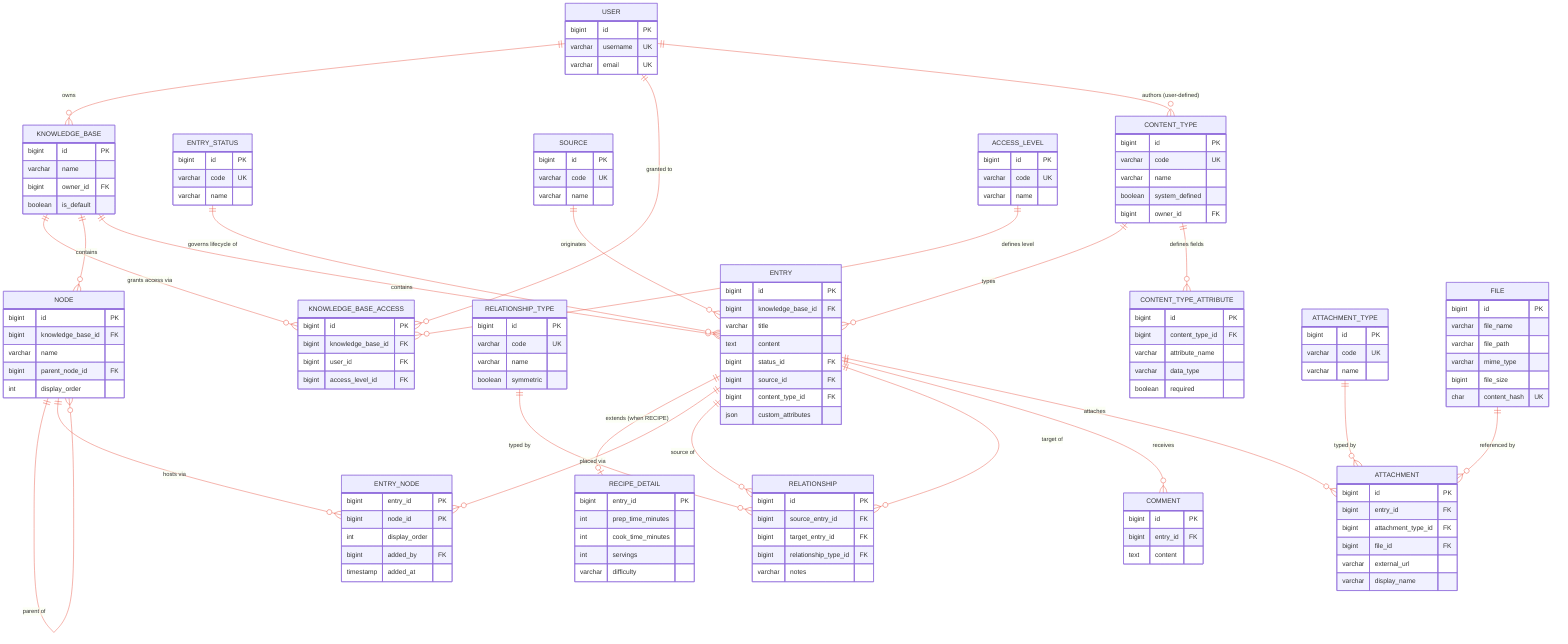
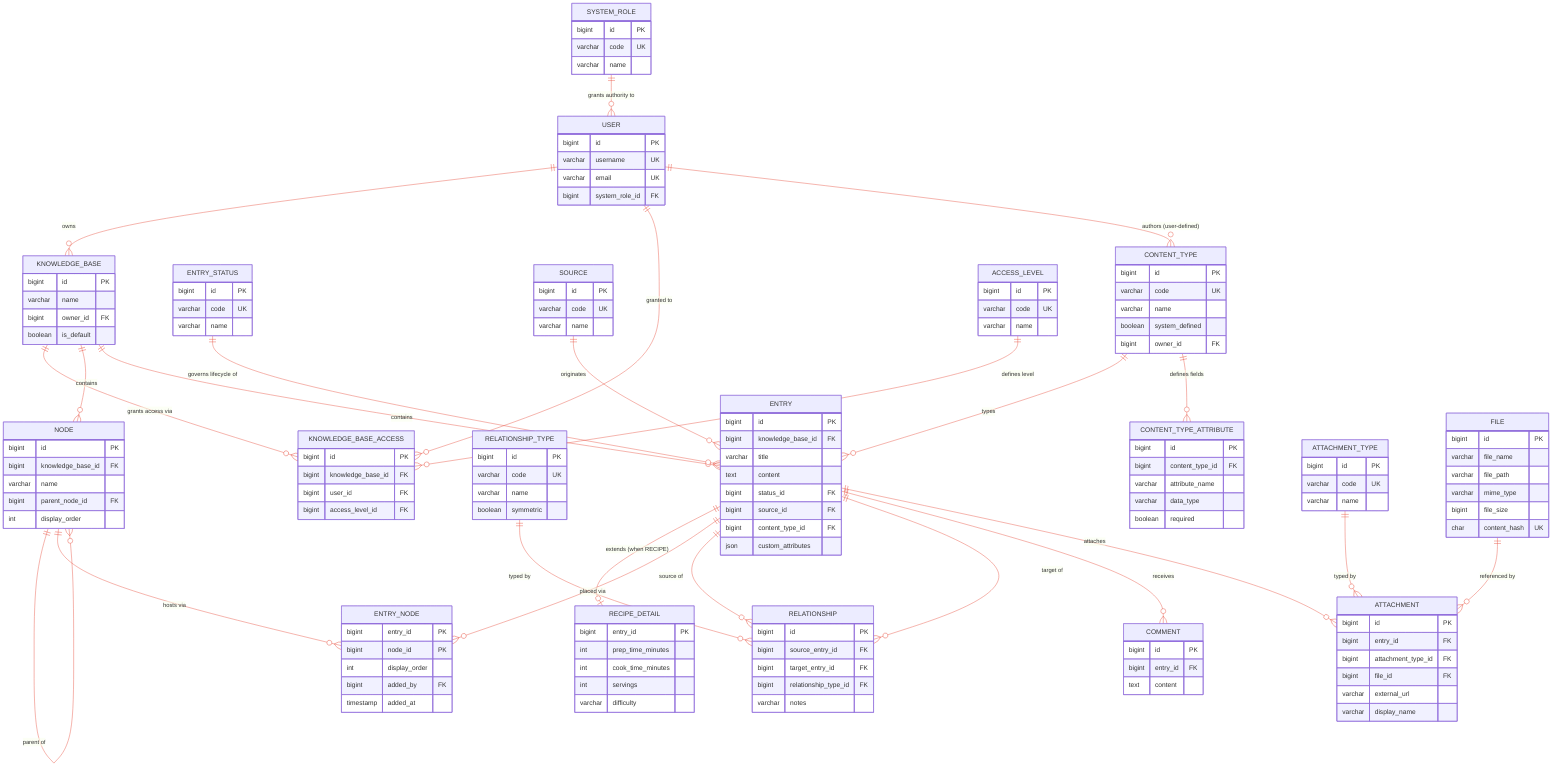
%%{init: {'themeVariables': { 'lineColor': '#e74c3c', 'relationLabelColor': '#e74c3c'}}}%%
erDiagram

    USER {
        bigint id PK
        varchar username UK
        varchar email UK
+         bigint system_role_id FK
+     }
+ 
+     SYSTEM_ROLE {
+         bigint id PK
+         varchar code UK
+         varchar name
    }

    KNOWLEDGE_BASE {
        bigint id PK
        varchar name
        bigint owner_id FK
        boolean is_default
    }

    NODE {
        bigint id PK
        bigint knowledge_base_id FK
        varchar name
        bigint parent_node_id FK
        int display_order
    }

    ENTRY {
        bigint id PK
        bigint knowledge_base_id FK
        varchar title
        text content
        bigint status_id FK
        bigint source_id FK
        bigint content_type_id FK
        json custom_attributes
    }

    ENTRY_NODE {
        bigint entry_id PK
        bigint node_id PK
        int display_order
        bigint added_by FK
        timestamp added_at
    }

    RECIPE_DETAIL {
        bigint entry_id PK
        int prep_time_minutes
        int cook_time_minutes
        int servings
        varchar difficulty
    }

    RELATIONSHIP {
        bigint id PK
        bigint source_entry_id FK
        bigint target_entry_id FK
        bigint relationship_type_id FK
        varchar notes
    }

    RELATIONSHIP_TYPE {
        bigint id PK
        varchar code UK
        varchar name
        boolean symmetric
    }

    ENTRY_STATUS {
        bigint id PK
        varchar code UK
        varchar name
    }

    SOURCE {
        bigint id PK
        varchar code UK
        varchar name
    }

    CONTENT_TYPE {
        bigint id PK
        varchar code UK
        varchar name
        boolean system_defined
        bigint owner_id FK
    }

    CONTENT_TYPE_ATTRIBUTE {
        bigint id PK
        bigint content_type_id FK
        varchar attribute_name
        varchar data_type
        boolean required
    }

    ACCESS_LEVEL {
        bigint id PK
        varchar code UK
        varchar name
    }

    KNOWLEDGE_BASE_ACCESS {
        bigint id PK
        bigint knowledge_base_id FK
        bigint user_id FK
        bigint access_level_id FK
    }

    COMMENT {
        bigint id PK
        bigint entry_id FK
        text content
    }

    ATTACHMENT {
        bigint id PK
        bigint entry_id FK
        bigint attachment_type_id FK
        bigint file_id FK
        varchar external_url
        varchar display_name
    }

    ATTACHMENT_TYPE {
        bigint id PK
        varchar code UK
        varchar name
    }

    FILE {
        bigint id PK
        varchar file_name
        varchar file_path
        varchar mime_type
        bigint file_size
        char content_hash UK
    }

    %% --- Ownership / access ---
+     SYSTEM_ROLE ||--o{ USER : "grants authority to"
    USER ||--o{ KNOWLEDGE_BASE : "owns"
    USER ||--o{ KNOWLEDGE_BASE_ACCESS : "granted to"
    KNOWLEDGE_BASE ||--o{ KNOWLEDGE_BASE_ACCESS : "grants access via"
    ACCESS_LEVEL ||--o{ KNOWLEDGE_BASE_ACCESS : "defines level"

    %% --- Tree structure ---
    KNOWLEDGE_BASE ||--o{ NODE : "contains"
    NODE ||--o{ NODE : "parent of"

    %% --- Entries ---
    KNOWLEDGE_BASE ||--o{ ENTRY : "contains"
    ENTRY_STATUS ||--o{ ENTRY : "governs lifecycle of"
    SOURCE ||--o{ ENTRY : "originates"
    CONTENT_TYPE ||--o{ ENTRY : "types"
    ENTRY ||--o| RECIPE_DETAIL : "extends (when RECIPE)"

    %% --- Entry <-> Node placement (ADR-0007) ---
    ENTRY ||--o{ ENTRY_NODE : "placed via"
    NODE ||--o{ ENTRY_NODE : "hosts via"

    %% --- Content Type system (two-tier) ---
    CONTENT_TYPE ||--o{ CONTENT_TYPE_ATTRIBUTE : "defines fields"
    USER ||--o{ CONTENT_TYPE : "authors (user-defined)"

    %% --- Knowledge graph ---
    ENTRY ||--o{ RELATIONSHIP : "source of"
    ENTRY ||--o{ RELATIONSHIP : "target of"
    RELATIONSHIP_TYPE ||--o{ RELATIONSHIP : "typed by"

    %% --- Collaboration layer (ADR-0008) ---
    ENTRY ||--o{ COMMENT : "receives"
    ENTRY ||--o{ ATTACHMENT : "attaches"
    ATTACHMENT_TYPE ||--o{ ATTACHMENT : "typed by"
    FILE ||--o{ ATTACHMENT : "referenced by"
